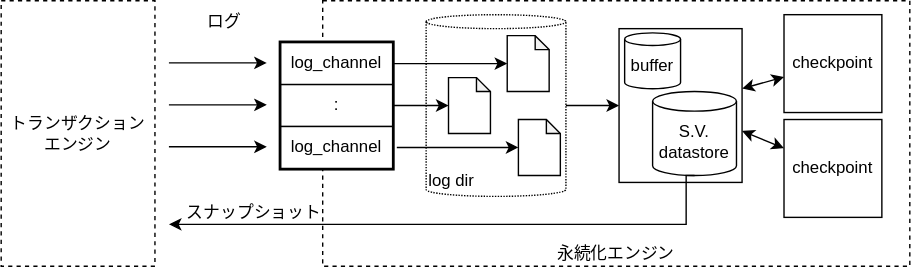
This is docs/module.drawio.svg from project-tsurugi/limestone, a draw.io export, as it was before one commit. Source tidied: cells renumbered, new cells last; positions are measured from the earlier drawing's top-left corner, leaving out a move shared by most shapes.
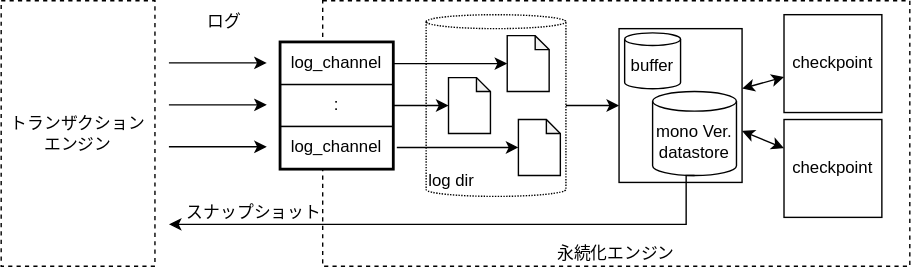
The same diagram one commit later.

Diff of the diagram source:
```diff
@@ -65,7 +65,7 @@
     <mxCell id="19" style="rounded=0;whiteSpace=wrap;html=1;strokeWidth=1;verticalAlign=top;align=left;" parent="1" vertex="1">
       <mxGeometry x="442" y="20" width="88" height="110" as="geometry" />
     </mxCell>
-    <mxCell id="20" value="S.V.&lt;br&gt;datastore" style="shape=cylinder3;whiteSpace=wrap;html=1;boundedLbl=1;backgroundOutline=1;size=7;strokeWidth=1;" parent="1" vertex="1">
+    <mxCell id="20" value="mono Ver.&lt;br&gt;datastore" style="shape=cylinder3;whiteSpace=wrap;html=1;boundedLbl=1;backgroundOutline=1;size=7;strokeWidth=1;" parent="1" vertex="1">
       <mxGeometry x="466" y="65" width="60" height="60" as="geometry" />
     </mxCell>
     <mxCell id="21" style="endArrow=classic;html=1;rounded=0;strokeWidth=1;exitX=1;exitY=0.5;exitDx=0;exitDy=0;exitPerimeter=0;" parent="1" edge="1" source="3" target="19">
```
